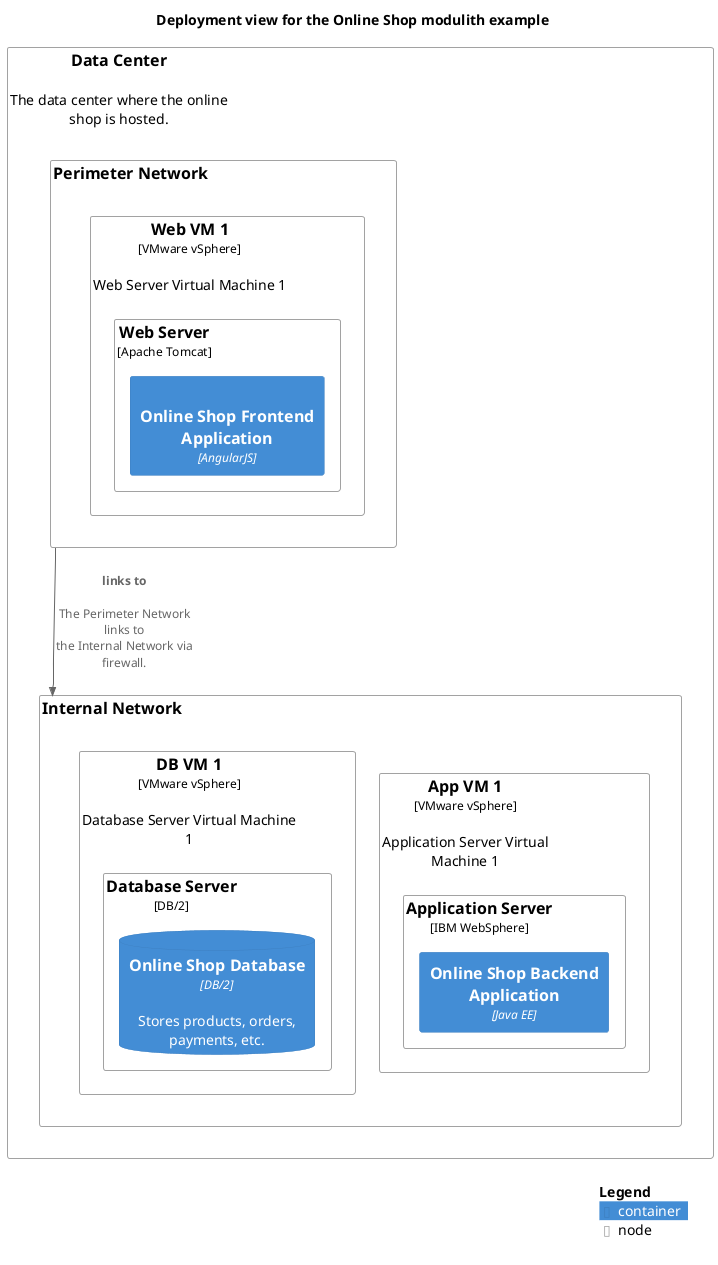
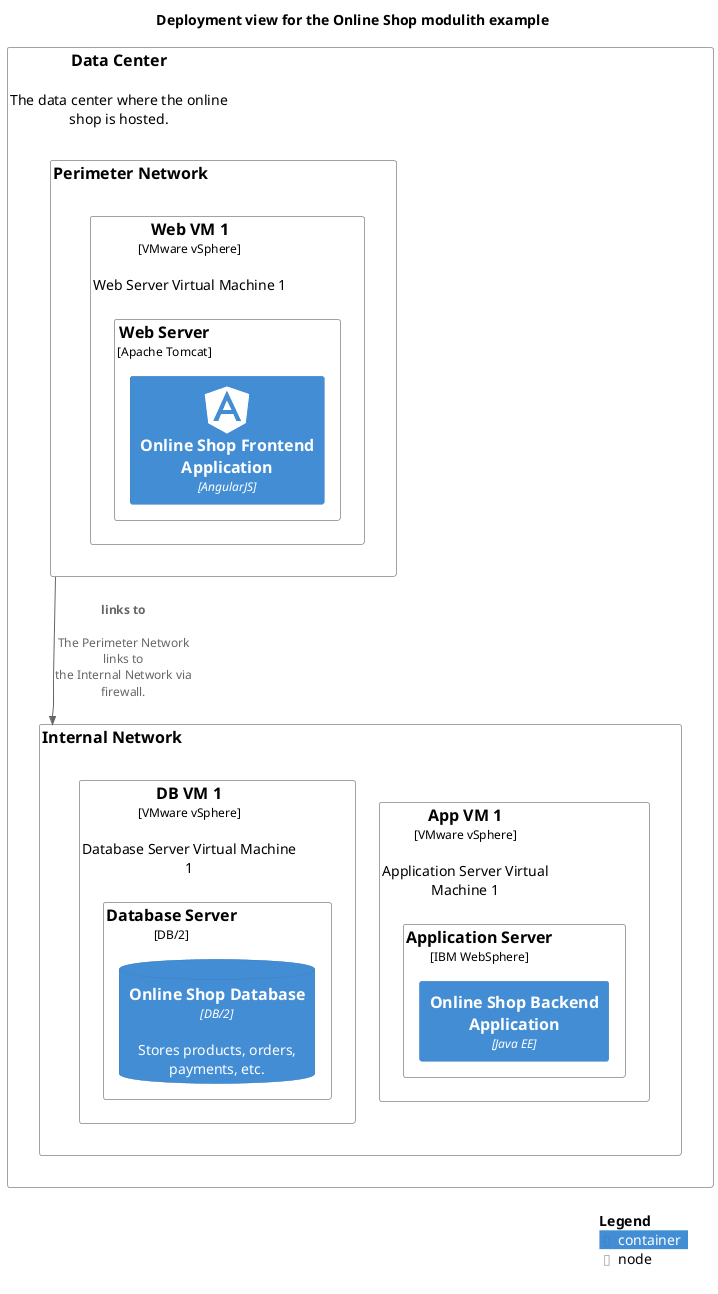
@startuml deployment-view
!include <C4/C4_Deployment.puml>
!include <awslib14/AWSCommon>
!include <awslib14/AWSC4Integration>
!include <azure/AzureCommon>
!include <azure/AzureC4Integration>
!include <tupadr3/common>
+ !include <tupadr3/devicons2/angularjs>







title Deployment view for the Online Shop modulith example
Node(softwareDevelopment_architecture_example_modulith_dataCenter, "Data Center", $descr="The data center where the online shop is hosted.") {
  Node(softwareDevelopment_architecture_example_modulith_internalNetwork, "Internal Network") {
    Node(softwareDevelopment_architecture_example_modulith_appVm1, "App VM 1", $descr="Application Server Virtual Machine 1", $type="VMware vSphere") {
      Node(softwareDevelopment_architecture_example_modulith_applicationServer, "Application Server", $type="IBM WebSphere") {
        Container(softwareDevelopment_architecture_example_modulith_onlineShopBackend, "Online Shop Backend Application", $techn="Java EE")
      }
    }
    Node(softwareDevelopment_architecture_example_modulith_dbVm1, "DB VM 1", $descr="Database Server Virtual Machine 1", $type="VMware vSphere") {
      Node(softwareDevelopment_architecture_example_modulith_dbServer, "Database Server", $type="DB/2") {
        ContainerDb(softwareDevelopment_architecture_example_modulith_onlineShopDb, "Online Shop Database", $descr="Stores products, orders, payments, etc.", $techn="DB/2")
      }
    }
  }
  Node(softwareDevelopment_architecture_example_modulith_perimeterNetwork, "Perimeter Network") {
    Node(softwareDevelopment_architecture_example_modulith_webVm1, "Web VM 1", $descr="Web Server Virtual Machine 1", $type="VMware vSphere") {
      Node(softwareDevelopment_architecture_example_modulith_webServer, "Web Server", $type="Apache Tomcat") {
        Container(softwareDevelopment_architecture_example_modulith_onlineShopFrontend, "Online Shop Frontend Application", $techn="AngularJS", $sprite="angularjs")
      }
    }
  }
}
+ Container(softwareDevelopment_architecture_example_modulith_onlineShopFrontend, "Online Shop Frontend Application", $techn="AngularJS", $sprite="angularjs")
+ ContainerDb(softwareDevelopment_architecture_example_modulith_onlineShopDb, "Online Shop Database", $descr="Stores products, orders, payments, etc.", $techn="DB/2")
+ Container(softwareDevelopment_architecture_example_modulith_onlineShopBackend, "Online Shop Backend Application", $techn="Java EE")
+ 
+ 
Rel(softwareDevelopment_architecture_example_modulith_perimeterNetwork, softwareDevelopment_architecture_example_modulith_internalNetwork, "links to", $descr="The Perimeter Network links to the Internal Network via firewall.")
+ 
SHOW_LEGEND()
@enduml
